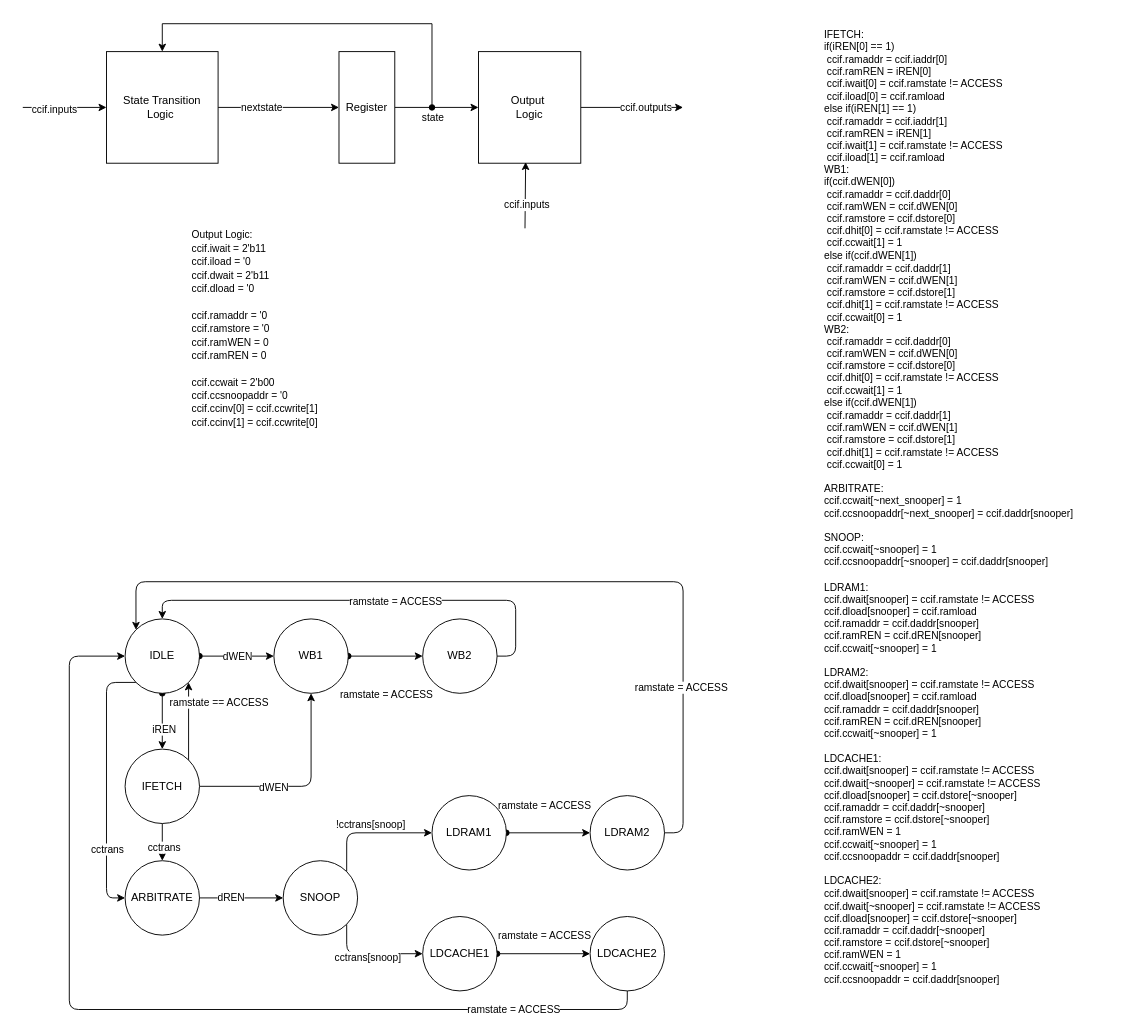
The draw.io diagram page "Page-5" (5 of 5) of caches.drawio in vickyfyq/ece437, before the edit. Source tidied: cells renumbered, new cells numbered last; positions are measured from the earlier drawing's top-left corner, leaving out a move shared by most shapes. Both pictures are drawn from the tidied source at 93%, with x=0, y=0 at pixel (22, 23).
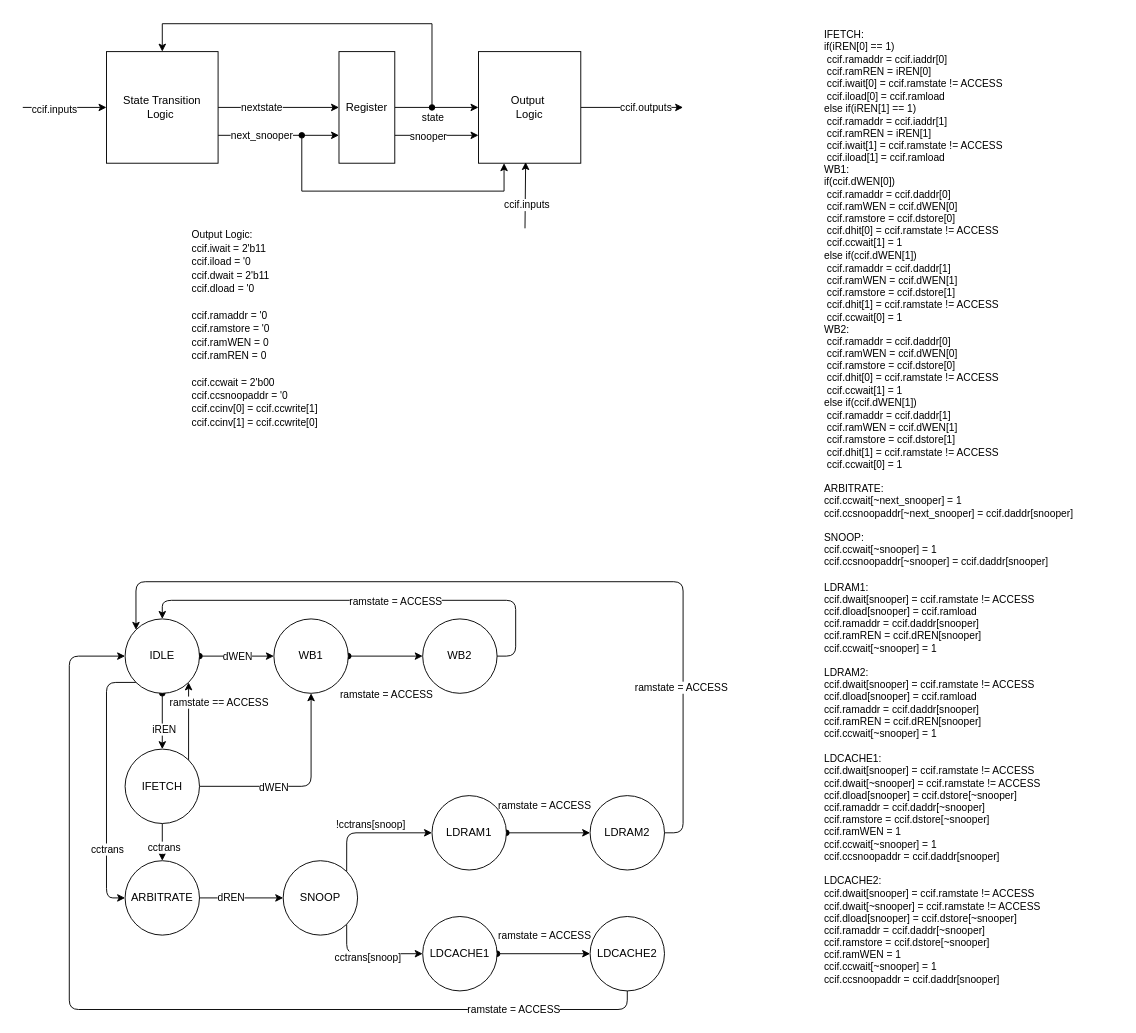
The same diagram, later.

Unchanged cells that the change refers to:
```xml
<mxCell id="4" value="State Transition Logic&amp;nbsp;" style="whiteSpace=wrap;html=1;" parent="1" vertex="1">
  <mxGeometry x="90" y="30" width="120" height="120" as="geometry" />
</mxCell>
<mxCell id="7" value="Register" style="rounded=0;whiteSpace=wrap;html=1;" parent="1" vertex="1">
  <mxGeometry x="340" y="30" width="60" height="120" as="geometry" />
</mxCell>
<mxCell id="10" value="Output&amp;nbsp;&lt;br&gt;Logic" style="rounded=0;whiteSpace=wrap;html=1;" parent="1" vertex="1">
  <mxGeometry x="490" y="30" width="110" height="120" as="geometry" />
</mxCell>
```

What changed in the source:
```diff
@@
+    <mxCell id="58" style="edgeStyle=orthogonalEdgeStyle;rounded=0;jettySize=auto;html=1;exitX=1;exitY=0.75;exitDx=0;exitDy=0;entryX=0;entryY=0.75;entryDx=0;entryDy=0;" parent="1" edge="1" source="4" target="7">
+      <mxGeometry relative="1" as="geometry" />
+    </mxCell>
+    <mxCell id="59" value="next_snooper" style="edgeLabel;html=1;align=center;verticalAlign=middle;" parent="58" vertex="1">
+      <mxGeometry x="-0.29" y="1" relative="1" as="geometry" />
+    </mxCell>
@@
+    <mxCell id="60" style="edgeStyle=orthogonalEdgeStyle;rounded=0;jettySize=auto;html=1;exitX=1;exitY=0.75;exitDx=0;exitDy=0;entryX=0;entryY=0.75;entryDx=0;entryDy=0;" parent="1" edge="1" source="7" target="10">
+      <mxGeometry relative="1" as="geometry" />
+    </mxCell>
+    <mxCell id="61" value="snooper" style="edgeLabel;html=1;align=center;verticalAlign=middle;" parent="60" vertex="1">
+      <mxGeometry x="-0.22" y="-1" relative="1" as="geometry" />
+    </mxCell>
@@
+    <mxCell id="62" style="endArrow=classic;html=1;rounded=0;startArrow=oval;startFill=1;entryX=0.25;entryY=1;entryDx=0;entryDy=0;edgeStyle=orthogonalEdgeStyle;" parent="1" edge="1" target="10">
+      <mxGeometry relative="1" as="geometry">
+        <mxPoint x="300" y="120" as="sourcePoint" />
+        <Array as="points">
+          <mxPoint x="300" y="180" />
+          <mxPoint x="518" y="180" />
+        </Array>
+      </mxGeometry>
+    </mxCell>
```
